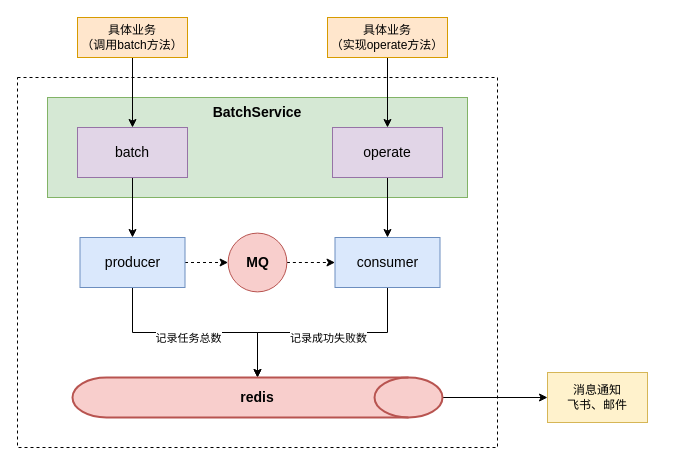
The draw.io diagram 批量操作框架.drawio in Floweryu/my-diagrams, before the edit. Source tidied: cells renumbered, new cells numbered last; positions are measured from the earlier drawing's top-left corner, leaving out a move shared by most shapes. Both pictures are drawn from the tidied source at 100%, with x=0, y=0 at pixel (17, 17).
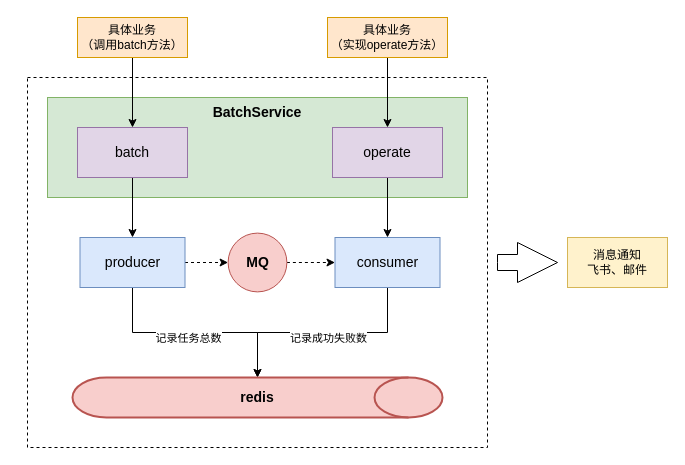
After the change.

Commit message:
更新批量操作框架.drawio

Unchanged cells that the change refers to:
```xml
<mxCell id="18" value="&lt;b&gt;&lt;font style=&quot;font-size: 14px;&quot;&gt;redis&lt;/font&gt;&lt;/b&gt;" style="strokeWidth=2;html=1;shape=mxgraph.flowchart.direct_data;whiteSpace=wrap;fillColor=#f8cecc;strokeColor=#b85450;" parent="1" vertex="1">
  <mxGeometry x="55" y="360" width="370" height="40" as="geometry" />
</mxCell>
```

Change to the diagram source:
```diff
@@
     <mxCell id="2" style="rounded=0;whiteSpace=wrap;html=1;dashed=1;" parent="1" vertex="1">
-      <mxGeometry y="60" width="480" height="370" as="geometry" />
+      <mxGeometry x="10" y="60" width="460" height="370" as="geometry" />
     </mxCell>
@@
-    <mxCell id="17" style="edgeStyle=orthogonalEdgeStyle;rounded=0;jettySize=auto;html=1;exitX=1;exitY=0.5;exitDx=0;exitDy=0;exitPerimeter=0;entryX=0;entryY=0.5;entryDx=0;entryDy=0;" parent="1" edge="1" source="18" target="24">
-      <mxGeometry relative="1" as="geometry" />
-    </mxCell>
@@
     <mxCell id="24" value="消息通知&lt;br&gt;飞书、邮件" style="rounded=0;whiteSpace=wrap;html=1;fillColor=#fff2cc;strokeColor=#d6b656;" parent="1" vertex="1">
-      <mxGeometry x="530" y="355" width="100" height="50" as="geometry" />
+      <mxGeometry x="550" y="220" width="100" height="50" as="geometry" />
     </mxCell>
+    <mxCell id="25" style="html=1;shadow=0;dashed=0;align=center;verticalAlign=middle;shape=mxgraph.arrows2.arrow;dy=0.6;dx=40;notch=0;" parent="1" vertex="1">
+      <mxGeometry x="480" y="225" width="60" height="40" as="geometry" />
+    </mxCell>
```
